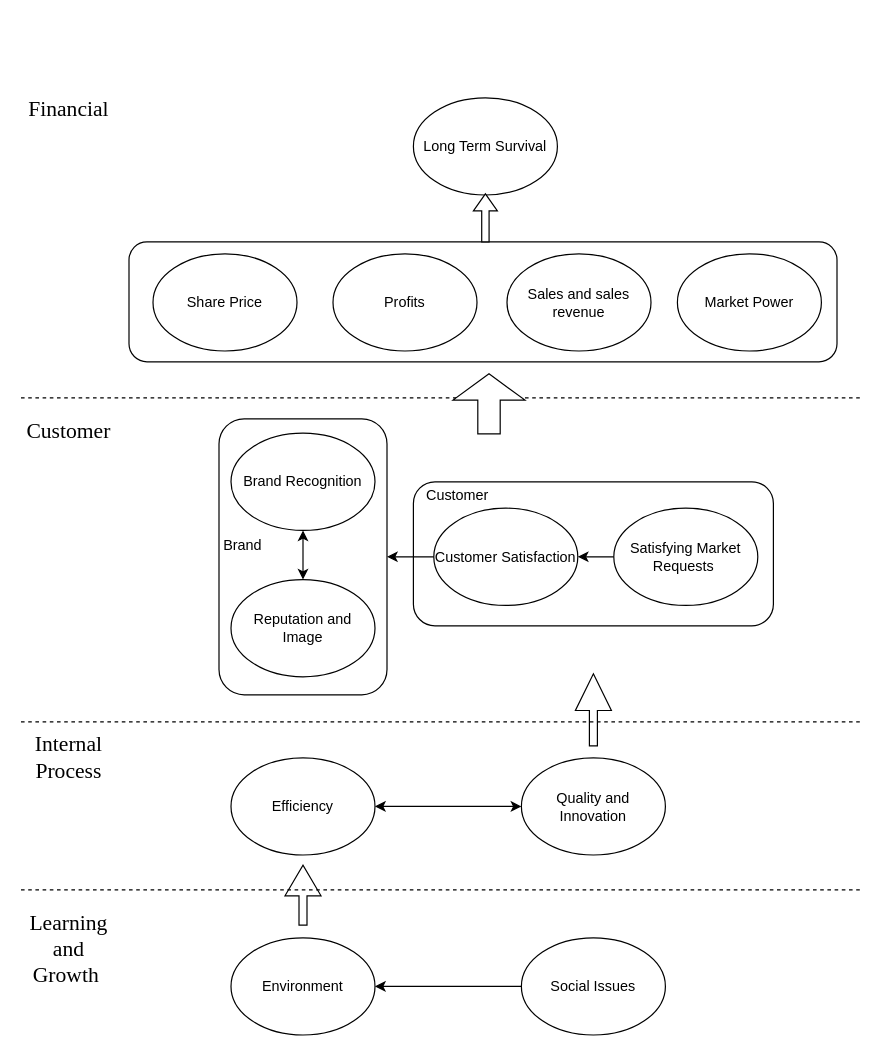
Before: Case2.drawio in jetorz/diagrams, a draw.io diagram. Source tidied: cells renumbered, new cells numbered last; positions are measured from the earlier drawing's top-left corner, leaving out a move shared by most shapes. Both pictures are drawn from the tidied source at 120%, with x=0, y=0 at pixel (20, 97).
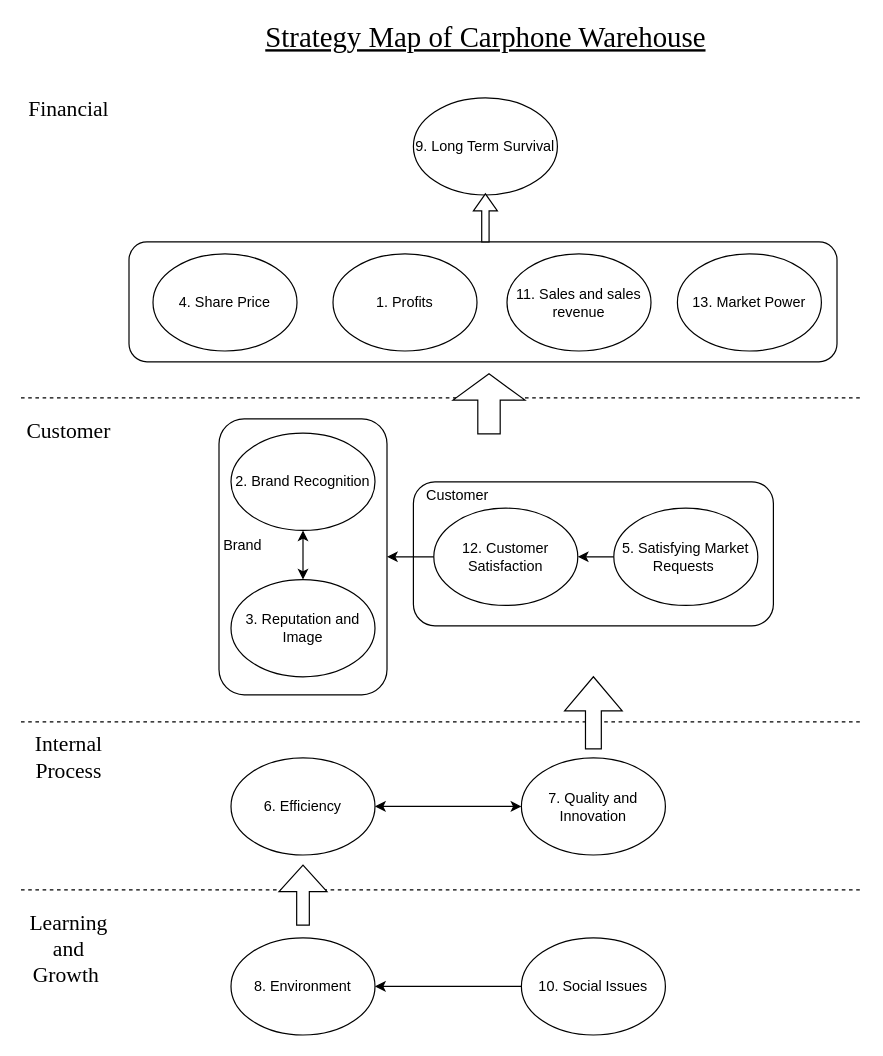
After the change.

What changed in the source:
```diff
@@
+    <mxCell id="20" style="rounded=1;whiteSpace=wrap;html=1;fillColor=none;" parent="1" vertex="1">
+      <mxGeometry x="165" y="267.5" width="140" height="230" as="geometry" />
+    </mxCell>
@@
-    <mxCell id="4" value="Environment" style="ellipse;whiteSpace=wrap;html=1;" parent="1" vertex="1">
+    <mxCell id="4" value="8. Environment" style="ellipse;whiteSpace=wrap;html=1;" parent="1" vertex="1">
       <mxGeometry x="175" y="700" width="120" height="81" as="geometry" />
     </mxCell>
@@
-    <mxCell id="6" value="Social Issues" style="ellipse;whiteSpace=wrap;html=1;" parent="1" vertex="1">
+    <mxCell id="6" value="10. Social Issues" style="ellipse;whiteSpace=wrap;html=1;" parent="1" vertex="1">
       <mxGeometry x="417" y="700" width="120" height="81" as="geometry" />
     </mxCell>
-    <mxCell id="7" value="Quality and Innovation" style="ellipse;whiteSpace=wrap;html=1;" parent="1" vertex="1">
+    <mxCell id="7" value="7. Quality and Innovation" style="ellipse;whiteSpace=wrap;html=1;" parent="1" vertex="1">
       <mxGeometry x="417" y="550" width="120" height="81" as="geometry" />
     </mxCell>
-    <mxCell id="8" value="Efficiency" style="ellipse;whiteSpace=wrap;html=1;" parent="1" vertex="1">
+    <mxCell id="8" value="6. Efficiency" style="ellipse;whiteSpace=wrap;html=1;" parent="1" vertex="1">
       <mxGeometry x="175" y="550" width="120" height="81" as="geometry" />
     </mxCell>
@@
-    <mxCell id="10" style="shape=singleArrow;direction=north;whiteSpace=wrap;html=1;arrowWidth=0.22222188313802083;arrowSize=0.509999694824221;" parent="1" vertex="1">
-      <mxGeometry x="220" y="639.5" width="30" height="50" as="geometry" />
-    </mxCell>
-    <mxCell id="11" style="shape=singleArrow;direction=north;whiteSpace=wrap;html=1;arrowWidth=0.22222188313802083;arrowSize=0.509999694824221;" parent="1" vertex="1">
-      <mxGeometry x="462" y="480" width="30" height="60" as="geometry" />
-    </mxCell>
@@
-    <mxCell id="13" value="Satisfying Market Requests&amp;nbsp;" style="ellipse;whiteSpace=wrap;html=1;" parent="1" vertex="1">
+    <mxCell id="13" value="5. Satisfying Market Requests&amp;nbsp;" style="ellipse;whiteSpace=wrap;html=1;" parent="1" vertex="1">
       <mxGeometry x="494" y="342" width="120" height="81" as="geometry" />
     </mxCell>
@@
-    <mxCell id="15" value="Customer Satisfaction" style="ellipse;whiteSpace=wrap;html=1;" parent="1" vertex="1">
+    <mxCell id="15" value="12. Customer Satisfaction" style="ellipse;whiteSpace=wrap;html=1;" parent="1" vertex="1">
       <mxGeometry x="344" y="342" width="120" height="81" as="geometry" />
     </mxCell>
@@
-    <mxCell id="17" value="Reputation and Image" style="ellipse;whiteSpace=wrap;html=1;" parent="1" vertex="1">
+    <mxCell id="17" value="3. Reputation and Image" style="ellipse;whiteSpace=wrap;html=1;" parent="1" vertex="1">
       <mxGeometry x="175" y="401.5" width="120" height="81" as="geometry" />
     </mxCell>
-    <mxCell id="18" value="Brand Recognition" style="ellipse;whiteSpace=wrap;html=1;" parent="1" vertex="1">
+    <mxCell id="18" value="2. Brand Recognition" style="ellipse;whiteSpace=wrap;html=1;" parent="1" vertex="1">
       <mxGeometry x="175" y="279.5" width="120" height="81" as="geometry" />
     </mxCell>
@@
-    <mxCell id="20" style="rounded=1;whiteSpace=wrap;html=1;fillColor=none;" parent="1" vertex="1">
-      <mxGeometry x="165" y="267.5" width="140" height="230" as="geometry" />
-    </mxCell>
@@
-    <mxCell id="22" value="Share Price" style="ellipse;whiteSpace=wrap;html=1;" parent="1" vertex="1">
+    <mxCell id="22" value="4. Share Price" style="ellipse;whiteSpace=wrap;html=1;" parent="1" vertex="1">
       <mxGeometry x="110" y="130" width="120" height="81" as="geometry" />
     </mxCell>
-    <mxCell id="23" value="Profits" style="ellipse;whiteSpace=wrap;html=1;" parent="1" vertex="1">
+    <mxCell id="23" value="1. Profits" style="ellipse;whiteSpace=wrap;html=1;" parent="1" vertex="1">
       <mxGeometry x="260" y="130" width="120" height="81" as="geometry" />
     </mxCell>
-    <mxCell id="24" value="Sales and sales revenue" style="ellipse;whiteSpace=wrap;html=1;" parent="1" vertex="1">
+    <mxCell id="24" value="11. Sales and sales revenue" style="ellipse;whiteSpace=wrap;html=1;" parent="1" vertex="1">
       <mxGeometry x="405" y="130" width="120" height="81" as="geometry" />
     </mxCell>
-    <mxCell id="25" value="Market Power" style="ellipse;whiteSpace=wrap;html=1;" parent="1" vertex="1">
+    <mxCell id="25" value="13. Market Power" style="ellipse;whiteSpace=wrap;html=1;" parent="1" vertex="1">
       <mxGeometry x="547" y="130" width="120" height="81" as="geometry" />
     </mxCell>
-    <mxCell id="26" value="Long Term Survival" style="ellipse;whiteSpace=wrap;html=1;" parent="1" vertex="1">
+    <mxCell id="26" value="9. Long Term Survival" style="ellipse;whiteSpace=wrap;html=1;" parent="1" vertex="1">
       <mxGeometry x="327" width="120" height="81" as="geometry" />
     </mxCell>
@@
+    <mxCell id="36" value="&lt;font face=&quot;cambria, serif&quot;&gt;&lt;span style=&quot;font-size: 24px&quot;&gt;&lt;u&gt;Strategy Map of Carphone Warehouse&lt;/u&gt;&lt;/span&gt;&lt;/font&gt;" style="text;html=1;strokeColor=none;fillColor=none;align=center;verticalAlign=middle;whiteSpace=wrap;rounded=0;" parent="1" vertex="1">
+      <mxGeometry x="183.8" y="-60" width="406.5" height="20" as="geometry" />
+    </mxCell>
+    <mxCell id="11" style="shape=singleArrow;direction=north;whiteSpace=wrap;html=1;arrowWidth=0.27500000000000097;arrowSize=0.47299987792968634;" parent="1" vertex="1">
+      <mxGeometry x="453" y="482.5" width="48" height="60" as="geometry" />
+    </mxCell>
+    <mxCell id="10" style="shape=singleArrow;direction=north;whiteSpace=wrap;html=1;arrowWidth=0.2633331298828068;arrowSize=0.4406671142578125;" parent="1" vertex="1">
+      <mxGeometry x="215" y="639.5" width="40" height="50" as="geometry" />
+    </mxCell>
```
